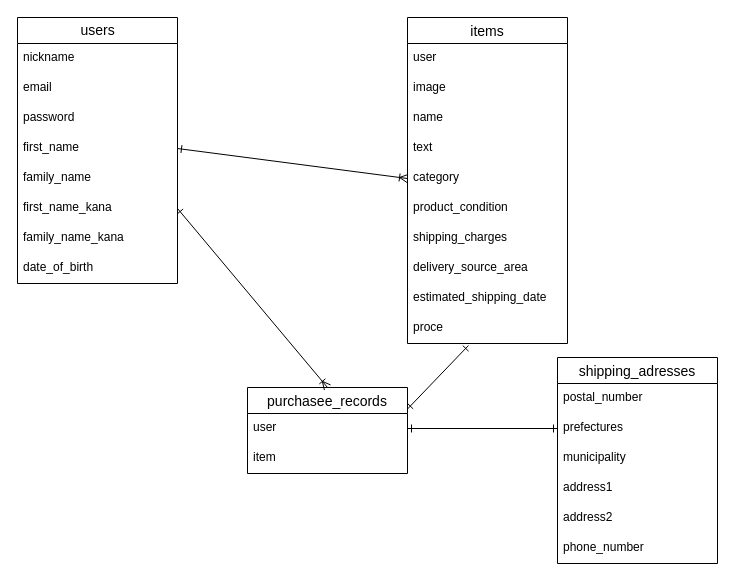
This is ER.dio from birthchamu/furima-35216, a draw.io file, before an edit. Source tidied: cells renumbered, new cells numbered last; positions are measured from the earlier drawing's top-left corner, leaving out a move shared by most shapes. Both pictures are drawn from the tidied source at 100%, with x=0, y=0 at pixel (17, 17).
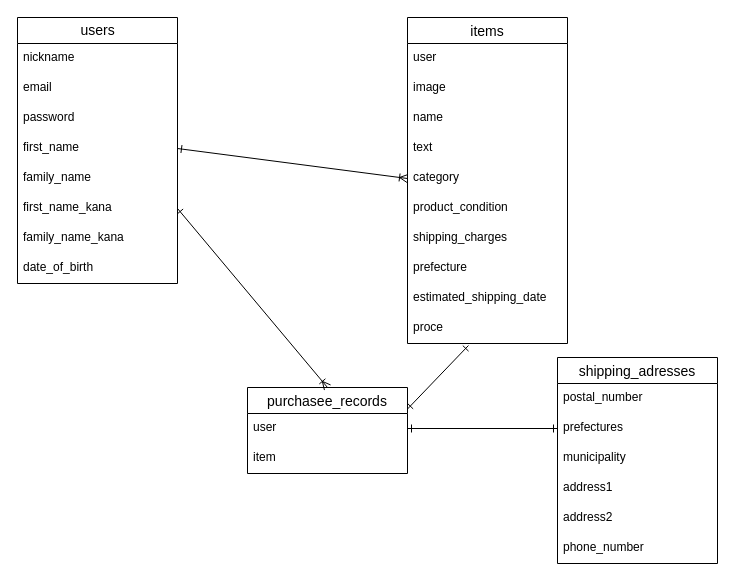
Above is the later version.

Commit message (it also covers changes not shown here):
都道府県に関するカラム名を修正

The change refers to these unchanged cells:
```xml
<mxCell id="11" value="items" style="swimlane;fontStyle=0;horizontal=1;startSize=26;align=center;fontSize=14;" parent="1" vertex="1">
  <mxGeometry x="390" width="160" height="326" as="geometry" />
</mxCell>
```

Change to the diagram source:
```diff
@@
-    <mxCell id="19" value="delivery_source_area" style="text;strokeColor=none;fillColor=none;spacingLeft=4;spacingRight=4;overflow=hidden;fontSize=12;" parent="11" vertex="1">
+    <mxCell id="19" value="prefecture" style="text;strokeColor=none;fillColor=none;spacingLeft=4;spacingRight=4;overflow=hidden;fontSize=12;" parent="11" vertex="1">
       <mxGeometry y="236" width="160" height="30" as="geometry" />
     </mxCell>
```
